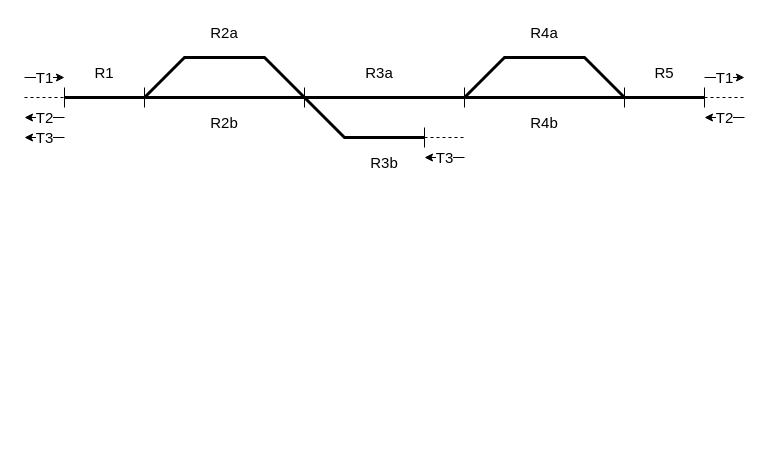
Above: auxil/displib_example.drawio in svrc-jan/master-thesis-text (draw.io), before the change. Source tidied: cells renumbered, new cells numbered last; positions are measured from the earlier drawing's top-left corner, leaving out a move shared by most shapes. Both pictures are drawn from the tidied source at 100%, with x=0, y=0 at pixel (24, 17).
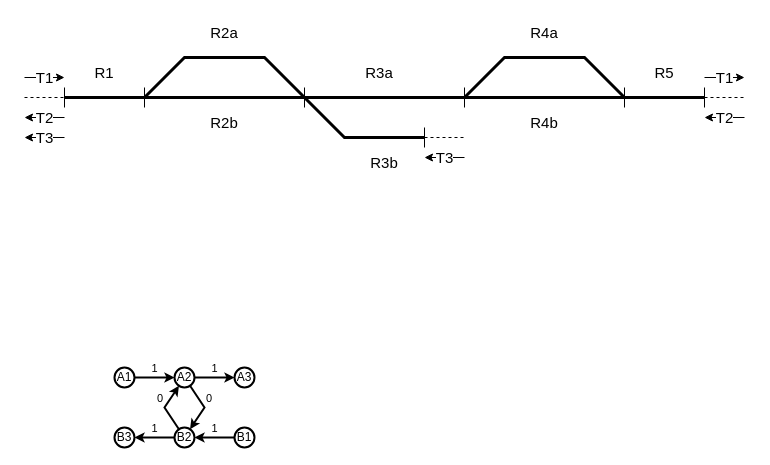
After the change.

What changed in the source:
```diff
@@
+    <mxCell id="30" value="A1" style="ellipse;whiteSpace=wrap;html=1;strokeWidth=2;" parent="1" vertex="1">
+      <mxGeometry x="90" y="350" width="20" height="20" as="geometry" />
+    </mxCell>
+    <mxCell id="31" value="A2" style="ellipse;whiteSpace=wrap;html=1;strokeWidth=2;" parent="1" vertex="1">
+      <mxGeometry x="150" y="350" width="20" height="20" as="geometry" />
+    </mxCell>
+    <mxCell id="32" value="A3" style="ellipse;whiteSpace=wrap;html=1;strokeWidth=2;" parent="1" vertex="1">
+      <mxGeometry x="210" y="350" width="20" height="20" as="geometry" />
+    </mxCell>
+    <mxCell id="33" value="1" style="endArrow=classic;html=1;rounded=0;strokeWidth=2;endSize=4;verticalAlign=bottom;" parent="1" edge="1" source="30" target="31">
+      <mxGeometry relative="1" as="geometry" />
+    </mxCell>
+    <mxCell id="34" value="1" style="endArrow=classic;html=1;rounded=0;strokeWidth=2;endSize=4;verticalAlign=bottom;" parent="1" edge="1" source="31" target="32">
+      <mxGeometry relative="1" as="geometry" />
+    </mxCell>
+    <mxCell id="35" value="B1" style="ellipse;whiteSpace=wrap;html=1;strokeWidth=2;" parent="1" vertex="1">
+      <mxGeometry x="210" y="410" width="20" height="20" as="geometry" />
+    </mxCell>
+    <mxCell id="36" value="B2" style="ellipse;whiteSpace=wrap;html=1;strokeWidth=2;" parent="1" vertex="1">
+      <mxGeometry x="150" y="410" width="20" height="20" as="geometry" />
+    </mxCell>
+    <mxCell id="37" value="B3" style="ellipse;whiteSpace=wrap;html=1;strokeWidth=2;" parent="1" vertex="1">
+      <mxGeometry x="90" y="410" width="20" height="20" as="geometry" />
+    </mxCell>
+    <mxCell id="38" value="1" style="endArrow=classic;html=1;rounded=0;strokeWidth=2;endSize=4;verticalAlign=bottom;" parent="1" edge="1" source="35" target="36">
+      <mxGeometry relative="1" as="geometry" />
+    </mxCell>
+    <mxCell id="39" value="1" style="endArrow=classic;html=1;rounded=0;strokeWidth=2;endSize=4;verticalAlign=bottom;" parent="1" edge="1" source="36" target="37">
+      <mxGeometry relative="1" as="geometry" />
+    </mxCell>
+    <mxCell id="40" value="0" style="endArrow=classic;html=1;rounded=0;strokeWidth=2;endSize=4;verticalAlign=bottom;align=left;" parent="1" edge="1" source="31" target="36">
+      <mxGeometry relative="1" as="geometry">
+        <Array as="points">
+          <mxPoint x="180" y="390" />
+        </Array>
+      </mxGeometry>
+    </mxCell>
+    <mxCell id="41" value="&lt;div align=&quot;right&quot;&gt;0&lt;/div&gt;" style="endArrow=classic;html=1;rounded=0;strokeWidth=2;endSize=4;align=right;verticalAlign=bottom;" parent="1" edge="1" source="36" target="31">
+      <mxGeometry relative="1" as="geometry">
+        <Array as="points">
+          <mxPoint x="140" y="390" />
+        </Array>
+      </mxGeometry>
+    </mxCell>
```
